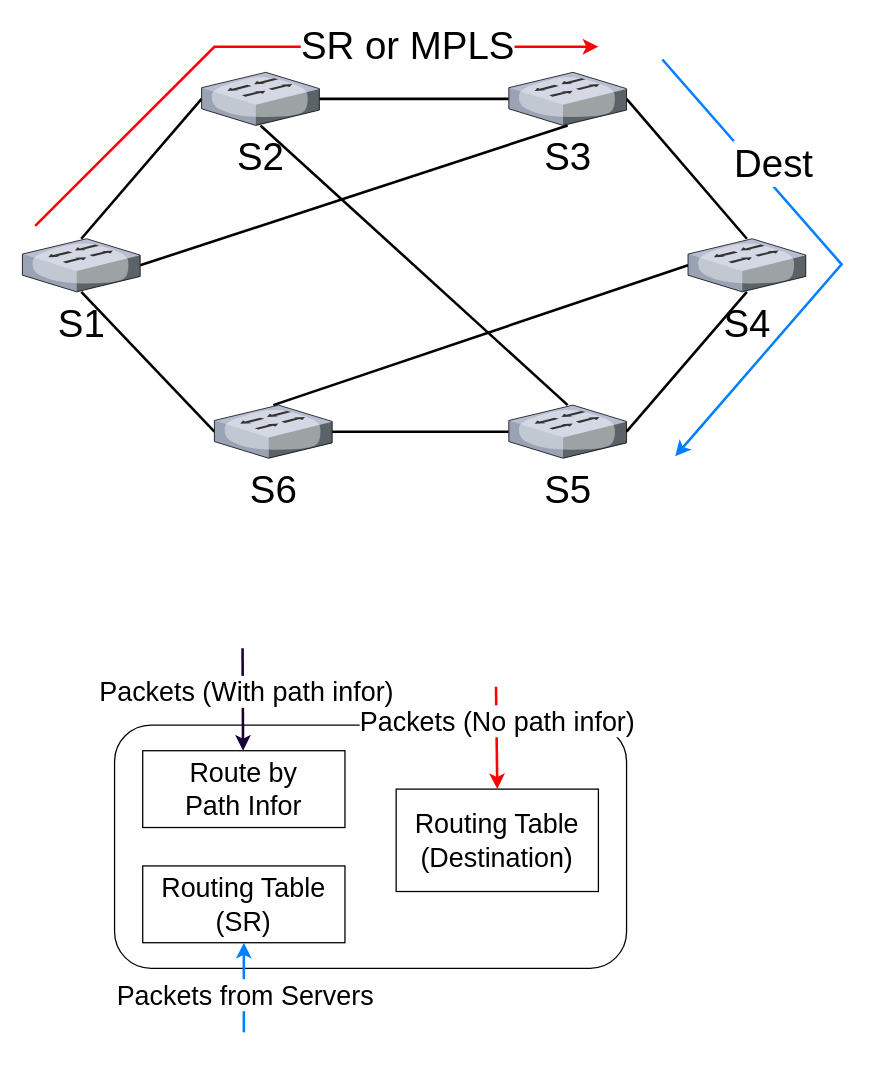
This is FC+/scalable_topo.drawio from caopeirui/app.diagrams.net, a draw.io file, before an edit. Source tidied: cells renumbered, new cells numbered last; positions are measured from the earlier drawing's top-left corner, leaving out a move shared by most shapes. Both pictures are drawn from the tidied source at 128%, with x=0, y=0 at pixel (22, 46).
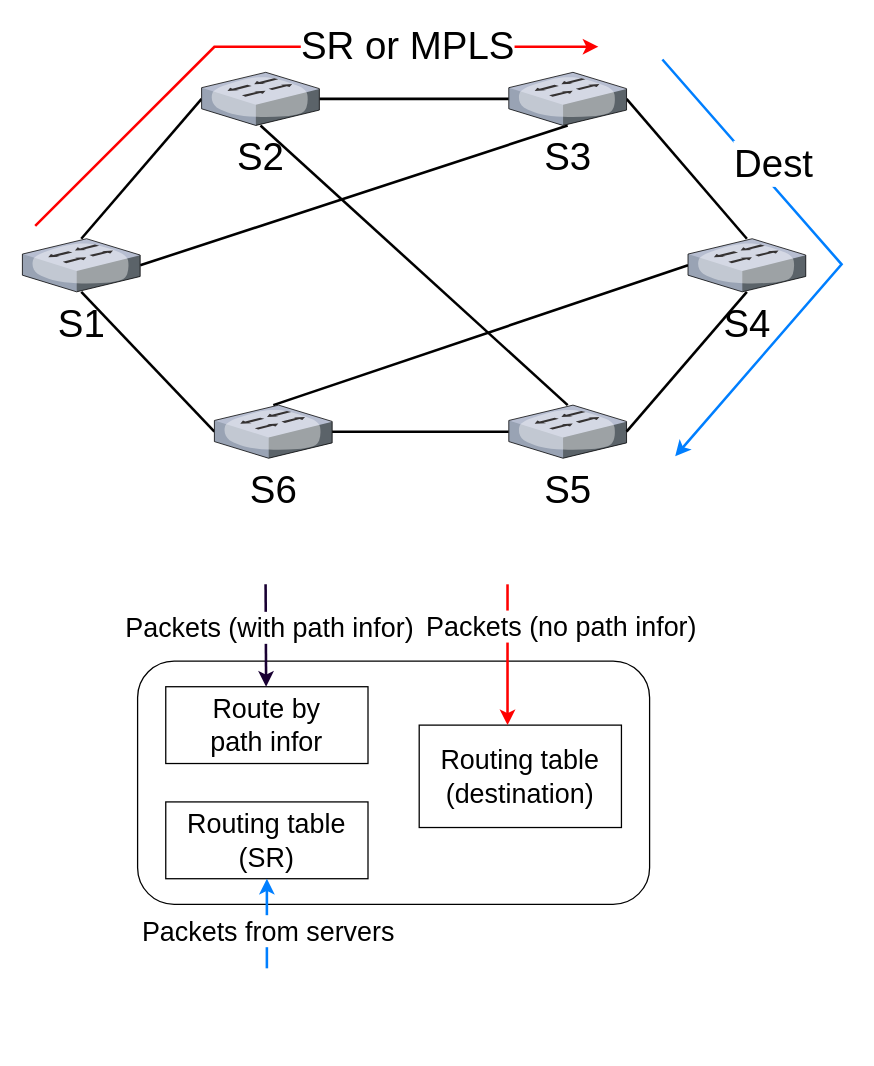
Above is the later version.

The edit, as a diff of the source:
```diff
@@
     <mxCell id="21" style="rounded=1;whiteSpace=wrap;html=1;fontSize=21;" parent="1" vertex="1">
-      <mxGeometry x="72" y="530" width="400" height="190" as="geometry" />
+      <mxGeometry x="90" y="480" width="400" height="190" as="geometry" />
     </mxCell>
-    <mxCell id="22" value="Routing Table&lt;br&gt;(SR)" style="rounded=0;whiteSpace=wrap;html=1;fontSize=21;" parent="1" vertex="1">
-      <mxGeometry x="94" y="640" width="158" height="60" as="geometry" />
+    <mxCell id="22" value="Routing table&lt;br&gt;(SR)" style="rounded=0;whiteSpace=wrap;html=1;fontSize=21;" parent="1" vertex="1">
+      <mxGeometry x="112" y="590" width="158" height="60" as="geometry" />
     </mxCell>
-    <mxCell id="23" value="Routing Table&lt;br&gt;(Destination)" style="rounded=0;whiteSpace=wrap;html=1;fontSize=21;" parent="1" vertex="1">
-      <mxGeometry x="292" y="580" width="158" height="80" as="geometry" />
+    <mxCell id="23" value="Routing table&lt;br&gt;(destination)" style="rounded=0;whiteSpace=wrap;html=1;fontSize=21;" parent="1" vertex="1">
+      <mxGeometry x="310" y="530" width="158" height="80" as="geometry" />
     </mxCell>
     <mxCell id="24" style="endArrow=classic;html=1;rounded=0;strokeColor=#007FFF;strokeWidth=2;fontSize=21;entryX=0.5;entryY=1;entryDx=0;entryDy=0;" parent="1" edge="1" target="22">
       <mxGeometry relative="1" as="geometry">
-        <mxPoint x="173" y="770" as="sourcePoint" />
+        <mxPoint x="191" y="720" as="sourcePoint" />
       </mxGeometry>
     </mxCell>
-    <mxCell id="25" value="Packets from Servers" style="edgeLabel;html=1;align=center;verticalAlign=middle;fontSize=21;" parent="24" vertex="1">
+    <mxCell id="25" value="Packets from servers" style="edgeLabel;html=1;align=center;verticalAlign=middle;fontSize=21;" parent="24" vertex="1">
       <mxGeometry x="-0.15" relative="1" as="geometry" />
     </mxCell>
-    <mxCell id="26" style="endArrow=classic;html=1;rounded=0;strokeColor=#FF0000;strokeWidth=2;fontSize=21;entryX=0.5;entryY=0;entryDx=0;entryDy=0;" parent="1" edge="1" target="23">
+    <mxCell id="26" style="endArrow=classic;html=1;rounded=0;strokeColor=#FF0000;strokeWidth=2;fontSize=21;entryX=0.5;entryY=0;entryDx=0;entryDy=0;" parent="1" edge="1">
       <mxGeometry relative="1" as="geometry">
-        <mxPoint x="370" y="500" as="sourcePoint" />
+        <mxPoint x="379" y="420" as="sourcePoint" />
+        <mxPoint x="379" y="530" as="targetPoint" />
       </mxGeometry>
     </mxCell>
-    <mxCell id="27" value="Packets (No path infor)" style="edgeLabel;html=1;align=center;verticalAlign=middle;fontSize=21;" parent="26" vertex="1">
+    <mxCell id="27" value="Packets (no path infor)" style="edgeLabel;html=1;align=center;verticalAlign=middle;fontSize=21;" parent="26" vertex="1">
       <mxGeometry x="-0.14" y="2" relative="1" as="geometry">
-        <mxPoint x="-2" y="-7" as="offset" />
+        <mxPoint x="39" y="-15" as="offset" />
       </mxGeometry>
     </mxCell>
-    <mxCell id="28" value="Route by&lt;br&gt;Path Infor" style="rounded=0;whiteSpace=wrap;html=1;fontSize=21;" parent="1" vertex="1">
-      <mxGeometry x="94" y="550" width="158" height="60" as="geometry" />
+    <mxCell id="28" value="Route by&lt;br&gt;path infor" style="rounded=0;whiteSpace=wrap;html=1;fontSize=21;" parent="1" vertex="1">
+      <mxGeometry x="112" y="500" width="158" height="60" as="geometry" />
     </mxCell>
     <mxCell id="29" style="endArrow=classic;html=1;rounded=0;strokeColor=#190033;strokeWidth=2;fontSize=21;entryX=0.5;entryY=0;entryDx=0;entryDy=0;" parent="1" edge="1">
       <mxGeometry relative="1" as="geometry">
-        <mxPoint x="172" y="470" as="sourcePoint" />
-        <mxPoint x="172.4" y="550" as="targetPoint" />
+        <mxPoint x="190" y="420" as="sourcePoint" />
+        <mxPoint x="190.4" y="500" as="targetPoint" />
       </mxGeometry>
     </mxCell>
-    <mxCell id="30" value="Packets (With path infor)" style="edgeLabel;html=1;align=center;verticalAlign=middle;fontSize=21;" parent="29" vertex="1">
+    <mxCell id="30" value="Packets (with path infor)" style="edgeLabel;html=1;align=center;verticalAlign=middle;fontSize=21;" parent="29" vertex="1">
       <mxGeometry x="-0.14" y="2" relative="1" as="geometry" />
     </mxCell>
```
